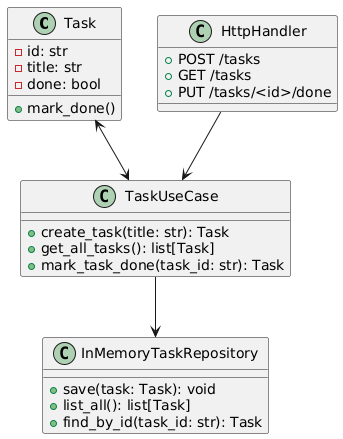
moviedoq/MV7h keeps this PlantUML diagram as Class_Activity_1/Cuervos/classL_diagram.png. Above is the earlier version.
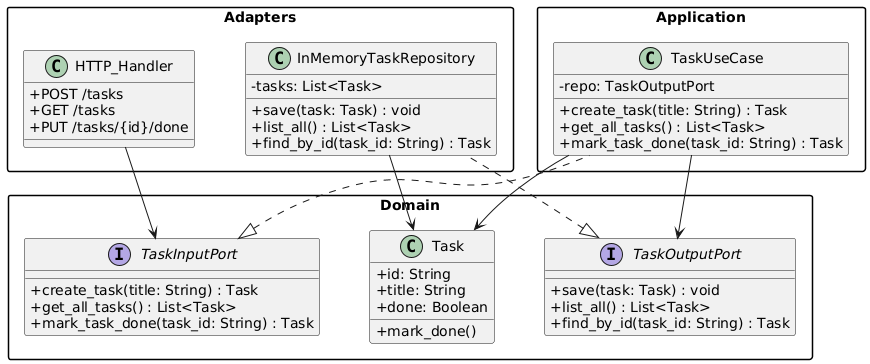
After the commit.

What changed in the source:
```diff
@@ -1,30 +1,59 @@
 @startuml
-class Task {
-    - id: str
-    - title: str
-    - done: bool
+skinparam classAttributeIconSize 0
+skinparam packageStyle rectangle
+skinparam nodesep 50
+skinparam ranksep 50
+
+package "Domain" {
+  interface TaskInputPort {
+    + create_task(title: String) : Task
+    + get_all_tasks() : List<Task>
+    + mark_task_done(task_id: String) : Task
+  }
+
+  interface TaskOutputPort {
+    + save(task: Task) : void
+    + list_all() : List<Task>
+    + find_by_id(task_id: String) : Task
+  }
+
+  class Task {
+    + id: String
+    + title: String
+    + done: Boolean
     + mark_done()
+  }
 }
 
-class TaskUseCase {
-    + create_task(title: str): Task
-    + get_all_tasks(): list[Task]
-    + mark_task_done(task_id: str): Task
+package "Application" {
+  class TaskUseCase {
+    - repo: TaskOutputPort
+    + create_task(title: String) : Task
+    + get_all_tasks() : List<Task>
+    + mark_task_done(task_id: String) : Task
+  }
 }
 
-class InMemoryTaskRepository {
-    + save(task: Task): void
-    + list_all(): list[Task]
-    + find_by_id(task_id: str): Task
+package "Adapters" {
+  class InMemoryTaskRepository {
+    - tasks: List<Task>
+    + save(task: Task) : void
+    + list_all() : List<Task>
+    + find_by_id(task_id: String) : Task
+  }
+
+  class HTTP_Handler {
+    + POST /tasks
+    + GET /tasks
+    + PUT /tasks/{id}/done
+  }
 }
 
-class HttpHandler {
-    + POST /tasks
-    + GET /tasks
-    + PUT /tasks/<id>/done
-}
+TaskUseCase .up.|> TaskInputPort
+InMemoryTaskRepository .up.|> TaskOutputPort
 
-Task <--> TaskUseCase
-TaskUseCase --> InMemoryTaskRepository
-HttpHandler --> TaskUseCase
+TaskUseCase --> TaskOutputPort
+HTTP_Handler --> TaskInputPort
+TaskUseCase --> Task
+InMemoryTaskRepository --> Task
 @enduml
```
